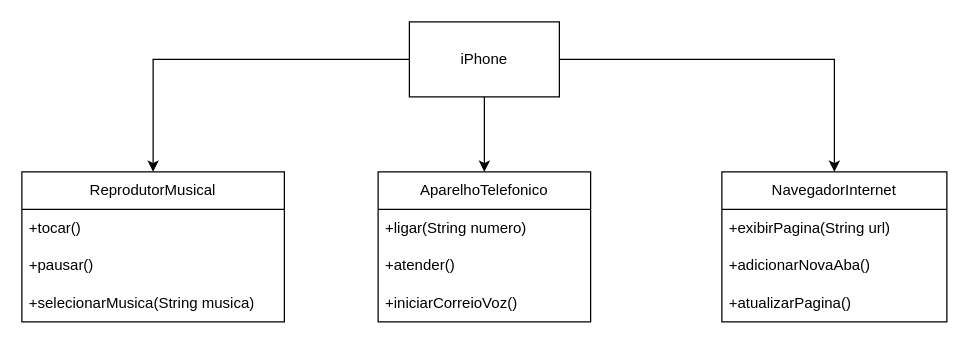
This is Diagrama sem nome.drawio from YukiDevill/Modelando-o-iPhone-com-UML, a draw.io file, before an edit. Source tidied: cells renumbered, new cells numbered last; positions are measured from the earlier drawing's top-left corner, leaving out a move shared by most shapes. Both pictures are drawn from the tidied source at 125%, with x=0, y=0 at pixel (21, 21).
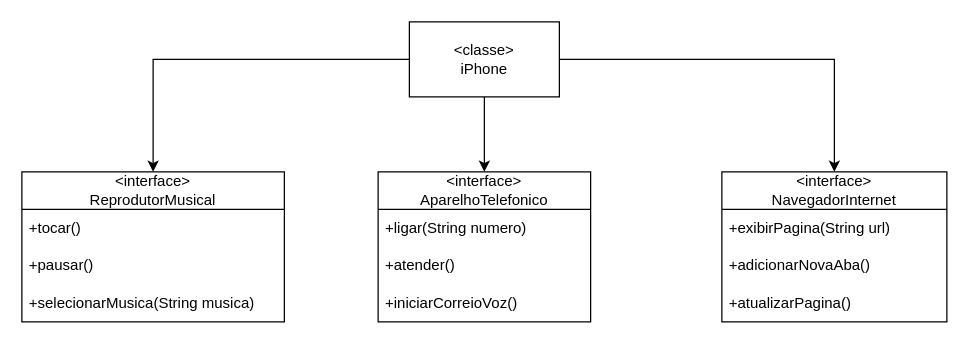
The same diagram, later.

Diff of the diagram source:
```diff
@@
 <mxGraphModel>
   <root>
     <mxCell id="0" />
     <mxCell id="1" parent="0" />
-    <mxCell id="2" value="ReprodutorMusical" style="swimlane;fontStyle=0;horizontal=1;startSize=30;whiteSpace=wrap;html=1;" parent="1" vertex="1">
+    <mxCell id="2" value="&lt;div&gt;&amp;lt;interface&amp;gt;&lt;/div&gt;ReprodutorMusical" style="swimlane;fontStyle=0;horizontal=1;startSize=30;whiteSpace=wrap;html=1;" parent="1" vertex="1">
       <mxGeometry y="120" width="210" height="120" as="geometry" />
     </mxCell>
     <mxCell id="3" value="+tocar()" style="text;strokeColor=none;fillColor=none;align=left;verticalAlign=middle;spacingLeft=4;spacingRight=4;overflow=hidden;whiteSpace=wrap;html=1;" parent="2" vertex="1">
       <mxGeometry y="30" width="210" height="30" as="geometry" />
     </mxCell>
     <mxCell id="4" value="+pausar()" style="text;strokeColor=none;fillColor=none;align=left;verticalAlign=middle;spacingLeft=4;spacingRight=4;overflow=hidden;whiteSpace=wrap;html=1;" parent="2" vertex="1">
       <mxGeometry y="60" width="210" height="30" as="geometry" />
     </mxCell>
     <mxCell id="5" value="+selecionarMusica(String musica)" style="text;strokeColor=none;fillColor=none;align=left;verticalAlign=middle;spacingLeft=4;spacingRight=4;overflow=hidden;whiteSpace=wrap;html=1;" parent="2" vertex="1">
       <mxGeometry y="90" width="210" height="30" as="geometry" />
     </mxCell>
     <mxCell id="6" style="edgeStyle=orthogonalEdgeStyle;rounded=0;jettySize=auto;html=1;entryX=0.5;entryY=0;entryDx=0;entryDy=0;" parent="1" edge="1" source="9" target="2">
       <mxGeometry relative="1" as="geometry" />
     </mxCell>
     <mxCell id="7" style="edgeStyle=orthogonalEdgeStyle;rounded=0;jettySize=auto;html=1;" parent="1" edge="1" source="9" target="10">
       <mxGeometry relative="1" as="geometry" />
     </mxCell>
     <mxCell id="8" style="edgeStyle=orthogonalEdgeStyle;rounded=0;jettySize=auto;html=1;" parent="1" edge="1" source="9" target="14">
       <mxGeometry relative="1" as="geometry" />
     </mxCell>
-    <mxCell id="9" value="iPhone" style="rounded=0;whiteSpace=wrap;html=1;" parent="1" vertex="1">
+    <mxCell id="9" value="&lt;div&gt;&amp;lt;classe&amp;gt;&lt;/div&gt;iPhone" style="rounded=0;whiteSpace=wrap;html=1;" parent="1" vertex="1">
       <mxGeometry x="310" width="120" height="60" as="geometry" />
     </mxCell>
-    <mxCell id="10" value="AparelhoTelefonico" style="swimlane;fontStyle=0;horizontal=1;startSize=30;whiteSpace=wrap;html=1;" parent="1" vertex="1">
+    <mxCell id="10" value="&lt;div&gt;&amp;lt;interface&amp;gt;&lt;/div&gt;AparelhoTelefonico" style="swimlane;fontStyle=0;horizontal=1;startSize=30;whiteSpace=wrap;html=1;" parent="1" vertex="1">
       <mxGeometry x="285" y="120" width="170" height="120" as="geometry" />
     </mxCell>
     <mxCell id="11" value="+ligar(String numero)" style="text;strokeColor=none;fillColor=none;align=left;verticalAlign=middle;spacingLeft=4;spacingRight=4;overflow=hidden;whiteSpace=wrap;html=1;" parent="10" vertex="1">
       <mxGeometry y="30" width="170" height="30" as="geometry" />
     </mxCell>
     <mxCell id="12" value="+atender()" style="text;strokeColor=none;fillColor=none;align=left;verticalAlign=middle;spacingLeft=4;spacingRight=4;overflow=hidden;whiteSpace=wrap;html=1;" parent="10" vertex="1">
       <mxGeometry y="60" width="170" height="30" as="geometry" />
     </mxCell>
     <mxCell id="13" value="+iniciarCorreioVoz()" style="text;strokeColor=none;fillColor=none;align=left;verticalAlign=middle;spacingLeft=4;spacingRight=4;overflow=hidden;whiteSpace=wrap;html=1;" parent="10" vertex="1">
       <mxGeometry y="90" width="170" height="30" as="geometry" />
     </mxCell>
-    <mxCell id="14" value="NavegadorInternet" style="swimlane;fontStyle=0;horizontal=1;startSize=30;whiteSpace=wrap;html=1;" parent="1" vertex="1">
+    <mxCell id="14" value="&lt;div&gt;&amp;lt;interface&amp;gt;&lt;/div&gt;NavegadorInternet" style="swimlane;fontStyle=0;horizontal=1;startSize=30;whiteSpace=wrap;html=1;" parent="1" vertex="1">
       <mxGeometry x="560" y="120" width="180" height="120" as="geometry" />
     </mxCell>
     <mxCell id="15" value="+exibirPagina(String url)" style="text;strokeColor=none;fillColor=none;align=left;verticalAlign=middle;spacingLeft=4;spacingRight=4;overflow=hidden;whiteSpace=wrap;html=1;" parent="14" vertex="1">
       <mxGeometry y="30" width="180" height="30" as="geometry" />
     </mxCell>
     <mxCell id="16" value="+adicionarNovaAba()" style="text;strokeColor=none;fillColor=none;align=left;verticalAlign=middle;spacingLeft=4;spacingRight=4;overflow=hidden;whiteSpace=wrap;html=1;" parent="14" vertex="1">
       <mxGeometry y="60" width="180" height="30" as="geometry" />
     </mxCell>
     <mxCell id="17" value="+atualizarPagina()" style="text;strokeColor=none;fillColor=none;align=left;verticalAlign=middle;spacingLeft=4;spacingRight=4;overflow=hidden;whiteSpace=wrap;html=1;" parent="14" vertex="1">
       <mxGeometry y="90" width="180" height="30" as="geometry" />
     </mxCell>
   </root>
 </mxGraphModel>
```
